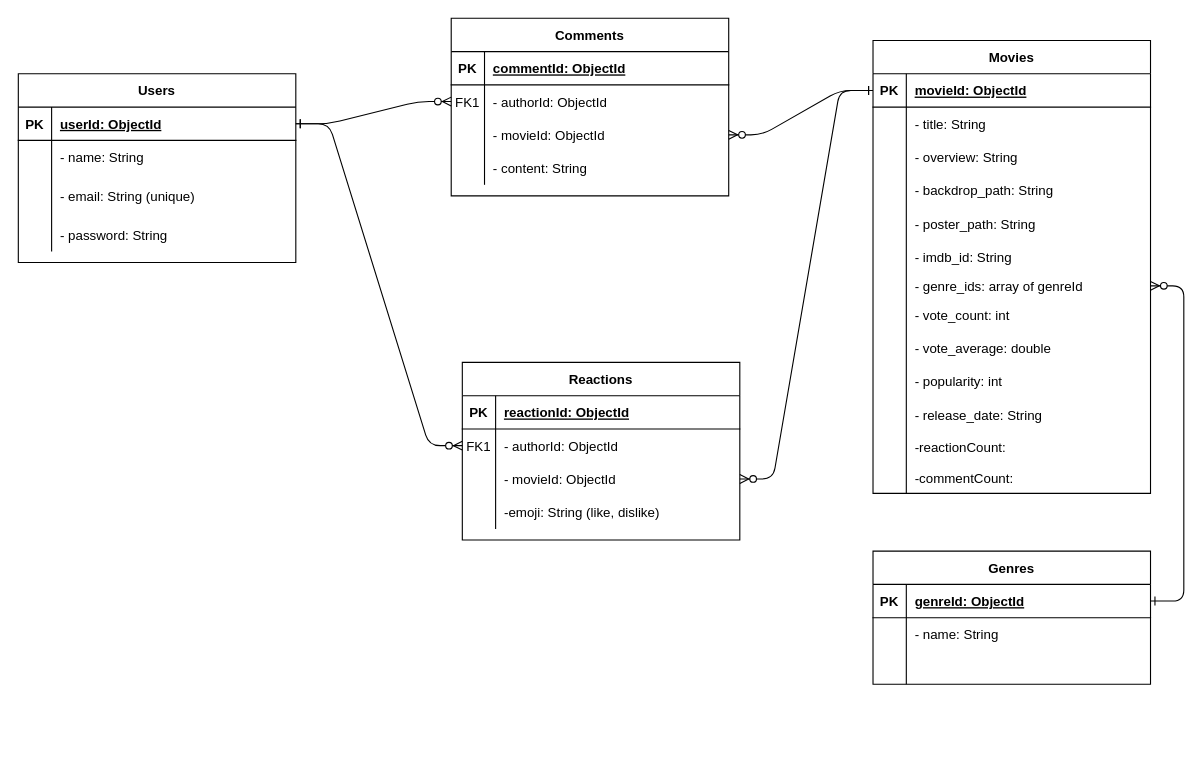
Earlier version of the draw.io diagram docs/db-schema.drawio (ttquyen/the-movie-app-be). Source tidied: cells renumbered, new cells numbered last; positions are measured from the earlier drawing's top-left corner, leaving out a move shared by most shapes. Both pictures are drawn from the tidied source at 111%, with x=0, y=0 at pixel (18, -48).
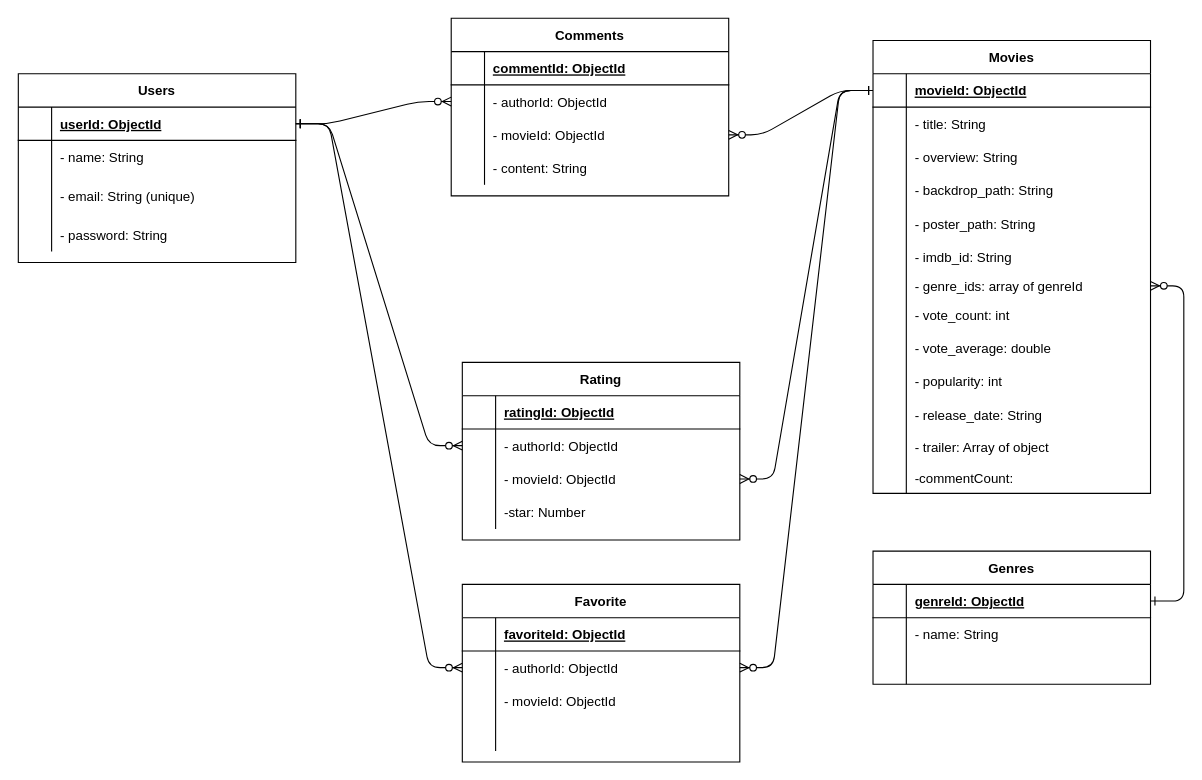
After the change.

Commit message:
Update with Favorite table

Unchanged cells that the change refers to:
```xml
<mxCell id="5" style="shape=partialRectangle;fillColor=none;top=0;left=0;right=0;bottom=1;" parent="4" vertex="1">
  <mxGeometry y="30" width="250" height="30" as="geometry" />
</mxCell>
<mxCell id="8" style="shape=partialRectangle;fillColor=none;points=[[0,0.5],[1,0.5]];portConstraint=eastwest;top=0;left=0;right=0;bottom=0;" parent="4" vertex="1">
  <mxGeometry y="60" width="250" height="30" as="geometry" />
</mxCell>
<mxCell id="18" style="shape=partialRectangle;fillColor=none;top=0;left=0;right=0;bottom=1;" parent="17" vertex="1">
  <mxGeometry y="30" width="250" height="30" as="geometry" />
</mxCell>
<mxCell id="21" style="shape=partialRectangle;fillColor=none;points=[[0,0.5],[1,0.5]];portConstraint=eastwest;top=0;left=0;right=0;bottom=0;" parent="17" vertex="1">
  <mxGeometry y="60" width="250" height="30" as="geometry" />
</mxCell>
<mxCell id="27" style="shape=partialRectangle;fillColor=none;top=0;left=0;right=0;bottom=0;" parent="17" vertex="1">
  <mxGeometry y="120" width="250" height="30" as="geometry" />
</mxCell>
<mxCell id="31" style="shape=partialRectangle;fillColor=none;points=[[0,0.5],[1,0.5]];portConstraint=eastwest;top=0;left=0;right=0;bottom=1;" parent="30" vertex="1">
  <mxGeometry y="30" width="250" height="30" as="geometry" />
</mxCell>
<mxCell id="44" style="shape=partialRectangle;fillColor=none;points=[[0,0.5],[1,0.5]];portConstraint=eastwest;top=0;left=0;right=0;bottom=1;" parent="43" vertex="1">
  <mxGeometry y="30" width="250" height="30" as="geometry" />
</mxCell>
<mxCell id="54" style="shape=partialRectangle;fillColor=none;points=[[0,0.5],[1,0.5]];portConstraint=eastwest;top=0;left=0;right=0;bottom=1;" parent="53" vertex="1">
  <mxGeometry y="30" width="250" height="30" as="geometry" />
</mxCell>
<mxCell id="87" style="shape=partialRectangle;fillColor=none;top=0;left=0;right=0;bottom=0;" parent="53" vertex="1">
  <mxGeometry y="352" width="250" height="28" as="geometry" />
</mxCell>
```

What changed in the source:
```diff
@@
-    <mxCell id="6" value="PK" style="shape=partialRectangle;overflow=hidden;fillColor=none;top=0;left=0;bottom=0;right=0;fontStyle=1;" parent="5" vertex="1">
+    <mxCell id="6" style="shape=partialRectangle;overflow=hidden;fillColor=none;top=0;left=0;bottom=0;right=0;fontStyle=1;" parent="5" vertex="1">
       <mxGeometry width="30" height="30" as="geometry" />
     </mxCell>
@@
-    <mxCell id="9" value="FK1" style="shape=partialRectangle;overflow=hidden;fillColor=none;top=0;left=0;bottom=0;right=0;" parent="8" vertex="1">
+    <mxCell id="9" style="shape=partialRectangle;overflow=hidden;fillColor=none;top=0;left=0;bottom=0;right=0;" parent="8" vertex="1">
       <mxGeometry width="30" height="30" as="geometry" />
     </mxCell>
@@
-    <mxCell id="17" value="Reactions" style="shape=table;startSize=30;childLayout=tableLayout;rowLines=0;fontStyle=1;align=center;" parent="1" vertex="1">
+    <mxCell id="17" value="Rating" style="shape=table;startSize=30;childLayout=tableLayout;rowLines=0;fontStyle=1;align=center;" parent="1" vertex="1">
       <mxGeometry x="400" y="369" width="250" height="160" as="geometry" />
     </mxCell>
@@
-    <mxCell id="19" value="PK" style="shape=partialRectangle;overflow=hidden;fillColor=none;top=0;left=0;bottom=0;right=0;fontStyle=1;" parent="18" vertex="1">
+    <mxCell id="19" style="shape=partialRectangle;overflow=hidden;fillColor=none;top=0;left=0;bottom=0;right=0;fontStyle=1;" parent="18" vertex="1">
       <mxGeometry width="30" height="30" as="geometry" />
     </mxCell>
-    <mxCell id="20" value="reactionId: ObjectId" style="shape=partialRectangle;overflow=hidden;fillColor=none;top=0;left=0;bottom=0;right=0;align=left;spacingLeft=6;fontStyle=5;" parent="18" vertex="1">
+    <mxCell id="20" value="ratingId: ObjectId" style="shape=partialRectangle;overflow=hidden;fillColor=none;top=0;left=0;bottom=0;right=0;align=left;spacingLeft=6;fontStyle=5;" parent="18" vertex="1">
       <mxGeometry x="30" width="220" height="30" as="geometry" />
     </mxCell>
@@
-    <mxCell id="22" value="FK1" style="shape=partialRectangle;overflow=hidden;fillColor=none;top=0;left=0;bottom=0;right=0;" parent="21" vertex="1">
+    <mxCell id="22" style="shape=partialRectangle;overflow=hidden;fillColor=none;top=0;left=0;bottom=0;right=0;" parent="21" vertex="1">
       <mxGeometry width="30" height="30" as="geometry" />
     </mxCell>
@@
-    <mxCell id="29" value="-emoji: String (like, dislike)" style="shape=partialRectangle;overflow=hidden;fillColor=none;top=0;left=0;bottom=0;right=0;align=left;spacingLeft=6;" parent="27" vertex="1">
+    <mxCell id="29" value="-star: Number" style="shape=partialRectangle;overflow=hidden;fillColor=none;top=0;left=0;bottom=0;right=0;align=left;spacingLeft=6;" parent="27" vertex="1">
       <mxGeometry x="30" width="220" height="30" as="geometry" />
     </mxCell>
@@
-    <mxCell id="32" value="PK" style="shape=partialRectangle;overflow=hidden;fillColor=none;top=0;left=0;bottom=0;right=0;fontStyle=1;" parent="31" vertex="1">
+    <mxCell id="32" style="shape=partialRectangle;overflow=hidden;fillColor=none;top=0;left=0;bottom=0;right=0;fontStyle=1;" parent="31" vertex="1">
       <mxGeometry width="30" height="30" as="geometry" />
     </mxCell>
@@
-    <mxCell id="45" value="PK" style="shape=partialRectangle;overflow=hidden;fillColor=none;top=0;left=0;bottom=0;right=0;fontStyle=1;" parent="44" vertex="1">
+    <mxCell id="45" style="shape=partialRectangle;overflow=hidden;fillColor=none;top=0;left=0;bottom=0;right=0;fontStyle=1;" parent="44" vertex="1">
       <mxGeometry width="30" height="30" as="geometry" />
     </mxCell>
@@
-    <mxCell id="55" value="PK" style="shape=partialRectangle;overflow=hidden;fillColor=none;top=0;left=0;bottom=0;right=0;fontStyle=1;" parent="54" vertex="1">
+    <mxCell id="55" style="shape=partialRectangle;overflow=hidden;fillColor=none;top=0;left=0;bottom=0;right=0;fontStyle=1;" parent="54" vertex="1">
       <mxGeometry width="30" height="30" as="geometry" />
     </mxCell>
@@
-    <mxCell id="89" value="-reactionCount: " style="shape=partialRectangle;overflow=hidden;fillColor=none;top=0;left=0;bottom=0;right=0;align=left;spacingLeft=6;" parent="87" vertex="1">
+    <mxCell id="89" value="- trailer: Array of object" style="shape=partialRectangle;overflow=hidden;fillColor=none;top=0;left=0;bottom=0;right=0;align=left;spacingLeft=6;" parent="87" vertex="1">
       <mxGeometry x="30" width="220" height="28" as="geometry" />
     </mxCell>
@@
+    <mxCell id="96" value="Favorite" style="shape=table;startSize=30;childLayout=tableLayout;rowLines=0;fontStyle=1;align=center;" parent="1" vertex="1">
+      <mxGeometry x="400" y="569" width="250" height="160" as="geometry" />
+    </mxCell>
+    <mxCell id="97" style="shape=partialRectangle;fillColor=none;top=0;left=0;right=0;bottom=1;" parent="96" vertex="1">
+      <mxGeometry y="30" width="250" height="30" as="geometry" />
+    </mxCell>
+    <mxCell id="98" style="shape=partialRectangle;overflow=hidden;fillColor=none;top=0;left=0;bottom=0;right=0;fontStyle=1;" parent="97" vertex="1">
+      <mxGeometry width="30" height="30" as="geometry" />
+    </mxCell>
+    <mxCell id="99" value="favoriteId: ObjectId" style="shape=partialRectangle;overflow=hidden;fillColor=none;top=0;left=0;bottom=0;right=0;align=left;spacingLeft=6;fontStyle=5;" parent="97" vertex="1">
+      <mxGeometry x="30" width="220" height="30" as="geometry" />
+    </mxCell>
+    <mxCell id="100" style="shape=partialRectangle;fillColor=none;points=[[0,0.5],[1,0.5]];portConstraint=eastwest;top=0;left=0;right=0;bottom=0;" parent="96" vertex="1">
+      <mxGeometry y="60" width="250" height="30" as="geometry" />
+    </mxCell>
+    <mxCell id="101" style="shape=partialRectangle;overflow=hidden;fillColor=none;top=0;left=0;bottom=0;right=0;" parent="100" vertex="1">
+      <mxGeometry width="30" height="30" as="geometry" />
+    </mxCell>
+    <mxCell id="102" value="- authorId: ObjectId" style="shape=partialRectangle;overflow=hidden;fillColor=none;top=0;left=0;bottom=0;right=0;align=left;spacingLeft=6;" parent="100" vertex="1">
+      <mxGeometry x="30" width="220" height="30" as="geometry" />
+    </mxCell>
+    <mxCell id="103" style="shape=partialRectangle;fillColor=none;top=0;left=0;right=0;bottom=0;" parent="96" vertex="1">
+      <mxGeometry y="90" width="250" height="30" as="geometry" />
+    </mxCell>
+    <mxCell id="104" style="shape=partialRectangle;overflow=hidden;fillColor=none;top=0;left=0;bottom=0;right=0;" parent="103" vertex="1">
+      <mxGeometry width="30" height="30" as="geometry" />
+    </mxCell>
+    <mxCell id="105" value="- movieId: ObjectId" style="shape=partialRectangle;overflow=hidden;fillColor=none;top=0;left=0;bottom=0;right=0;align=left;spacingLeft=6;" parent="103" vertex="1">
+      <mxGeometry x="30" width="220" height="30" as="geometry" />
+    </mxCell>
+    <mxCell id="106" style="shape=partialRectangle;fillColor=none;top=0;left=0;right=0;bottom=0;" parent="96" vertex="1">
+      <mxGeometry y="120" width="250" height="30" as="geometry" />
+    </mxCell>
+    <mxCell id="107" style="shape=partialRectangle;overflow=hidden;fillColor=none;top=0;left=0;bottom=0;right=0;" parent="106" vertex="1">
+      <mxGeometry width="30" height="30" as="geometry" />
+    </mxCell>
+    <mxCell id="108" style="shape=partialRectangle;overflow=hidden;fillColor=none;top=0;left=0;bottom=0;right=0;align=left;spacingLeft=6;" parent="106" vertex="1">
+      <mxGeometry x="30" width="220" height="30" as="geometry" />
+    </mxCell>
+    <mxCell id="109" style="edgeStyle=entityRelationEdgeStyle;endArrow=ERzeroToMany;startArrow=ERone;endFill=1;startFill=0;entryX=1;entryY=0.5;entryDx=0;entryDy=0;exitX=0;exitY=0.5;exitDx=0;exitDy=0;" parent="1" edge="1" source="54" target="100">
+      <mxGeometry relative="1" as="geometry" />
+    </mxCell>
+    <mxCell id="110" style="edgeStyle=entityRelationEdgeStyle;endArrow=ERzeroToMany;startArrow=ERone;endFill=1;startFill=0;exitX=1;exitY=0.5;exitDx=0;exitDy=0;entryX=0;entryY=0.5;entryDx=0;entryDy=0;" parent="1" edge="1" source="31" target="100">
+      <mxGeometry relative="1" as="geometry" />
+    </mxCell>
```
